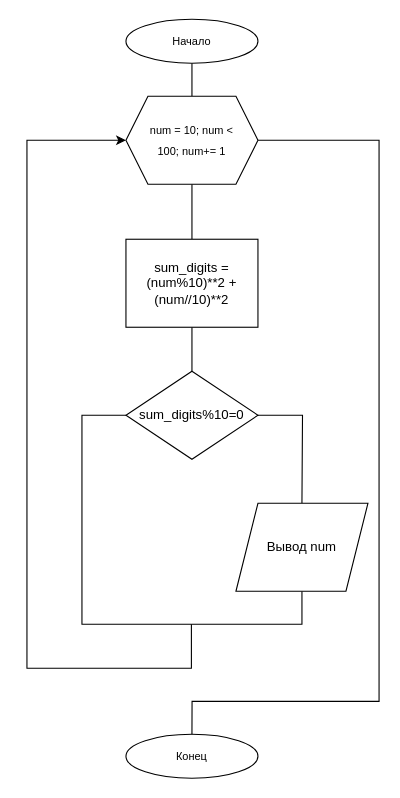
Before: second_task/2task_26.drawio in ilasovrifat703-ops/Python_cycles, a draw.io diagram. Source tidied: cells renumbered, new cells numbered last; positions are measured from the earlier drawing's top-left corner, leaving out a move shared by most shapes. Both pictures are drawn from the tidied source at 110%, with x=0, y=0 at pixel (26, 19).
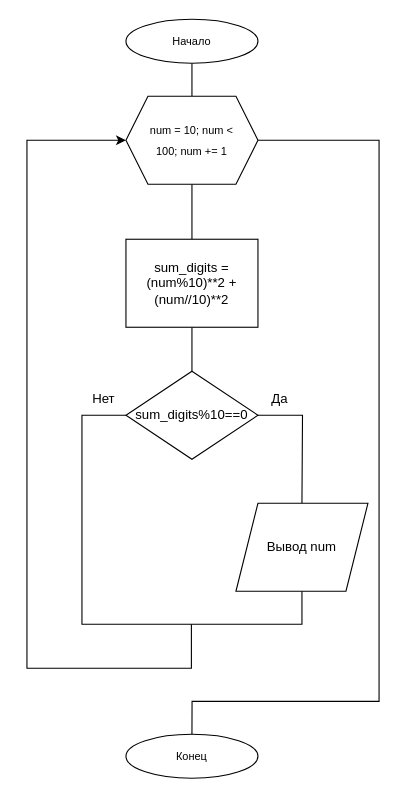
Above is the later version.

Change to the diagram source:
```diff
@@
-    <mxCell id="7" value="&lt;div style=&quot;line-height: 10%;&quot;&gt;&lt;div&gt;&lt;span style=&quot;text-decoration-line: inherit; background-color: transparent; color: light-dark(rgb(0, 0, 0), rgb(255, 255, 255));&quot;&gt;num = 10;&amp;nbsp;&lt;/span&gt;&lt;span style=&quot;text-decoration-line: inherit; background-color: transparent; color: light-dark(rgb(0, 0, 0), rgb(255, 255, 255)); line-height: 190%;&quot;&gt;num &amp;lt; 100;&amp;nbsp;&lt;/span&gt;&lt;span style=&quot;text-decoration-line: inherit; background-color: transparent; color: light-dark(rgb(0, 0, 0), rgb(255, 255, 255));&quot;&gt;num+= 1&lt;/span&gt;&lt;/div&gt;&lt;/div&gt;" style="shape=hexagon;perimeter=hexagonPerimeter2;whiteSpace=wrap;html=1;shapeInside=1;fixedSize=1;fontSize=10;" parent="1" vertex="1">
+    <mxCell id="7" value="&lt;div style=&quot;line-height: 10%;&quot;&gt;&lt;div&gt;&lt;span style=&quot;text-decoration-line: inherit; background-color: transparent; color: light-dark(rgb(0, 0, 0), rgb(255, 255, 255));&quot;&gt;num = 10;&amp;nbsp;&lt;/span&gt;&lt;span style=&quot;text-decoration-line: inherit; background-color: transparent; color: light-dark(rgb(0, 0, 0), rgb(255, 255, 255)); line-height: 190%;&quot;&gt;num &amp;lt; 100;&amp;nbsp;&lt;/span&gt;&lt;span style=&quot;text-decoration-line: inherit; background-color: transparent; color: light-dark(rgb(0, 0, 0), rgb(255, 255, 255));&quot;&gt;num += 1&lt;/span&gt;&lt;/div&gt;&lt;/div&gt;" style="shape=hexagon;perimeter=hexagonPerimeter2;whiteSpace=wrap;html=1;shapeInside=1;fixedSize=1;fontSize=10;" parent="1" vertex="1">
       <mxGeometry x="90" y="70" width="120" height="80" as="geometry" />
     </mxCell>
@@
-    <mxCell id="12" value="sum_digits%10=0" style="rhombus;whiteSpace=wrap;html=1;shapeInside=1;" parent="1" vertex="1">
+    <mxCell id="12" value="sum_digits%10==0" style="rhombus;whiteSpace=wrap;html=1;shapeInside=1;" parent="1" vertex="1">
       <mxGeometry x="90" y="320" width="120" height="80" as="geometry" />
     </mxCell>
@@
+    <mxCell id="16" value="Да" style="text;html=1;whiteSpace=wrap;strokeColor=none;fillColor=none;align=center;verticalAlign=middle;rounded=0;" parent="1" vertex="1">
+      <mxGeometry x="200" y="330" width="60" height="30" as="geometry" />
+    </mxCell>
+    <mxCell id="17" value="Нет" style="text;html=1;whiteSpace=wrap;strokeColor=none;fillColor=none;align=center;verticalAlign=middle;rounded=0;" parent="1" vertex="1">
+      <mxGeometry x="40" y="330" width="60" height="30" as="geometry" />
+    </mxCell>
```
